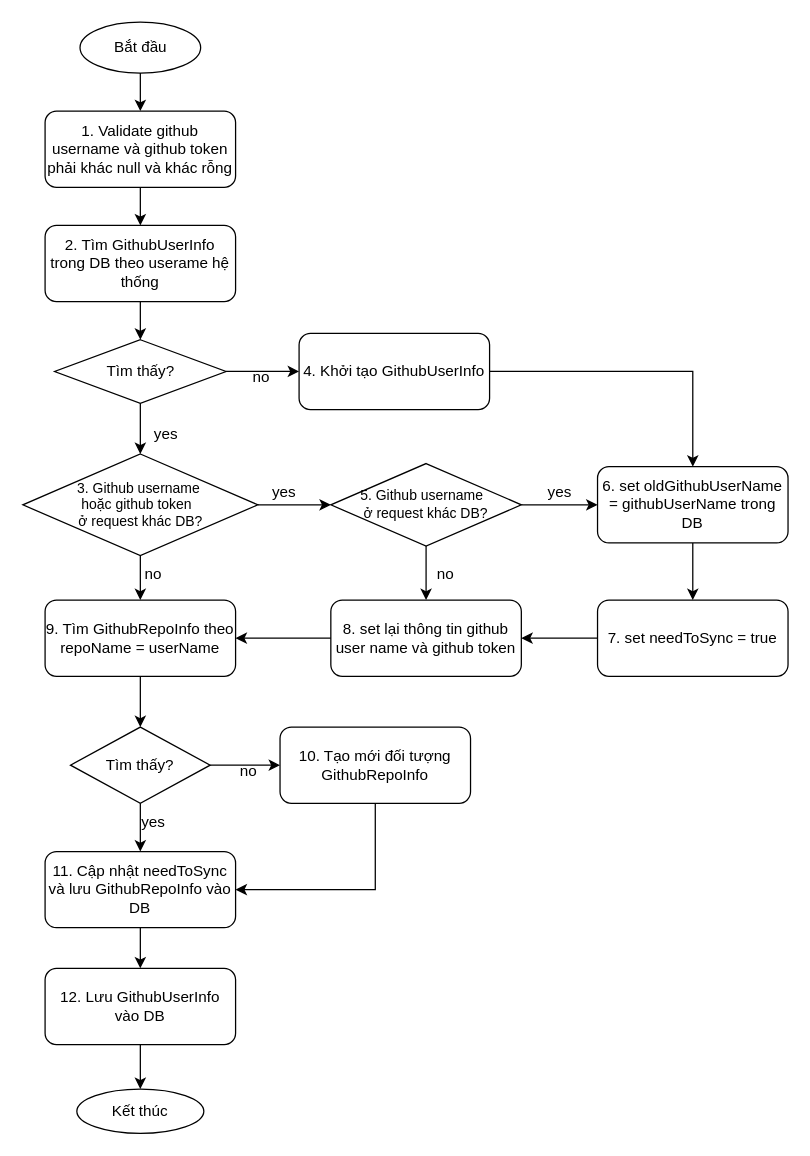
The draw.io diagram page "sua github user name va token" (7 of 7) of K8SCloudNut.drawio in hiep1097/drawio, before the edit. Source tidied: cells renumbered, new cells numbered last; positions are measured from the earlier drawing's top-left corner, leaving out a move shared by most shapes. Both pictures are drawn from the tidied source at 127%, with x=0, y=0 at pixel (23, 22).
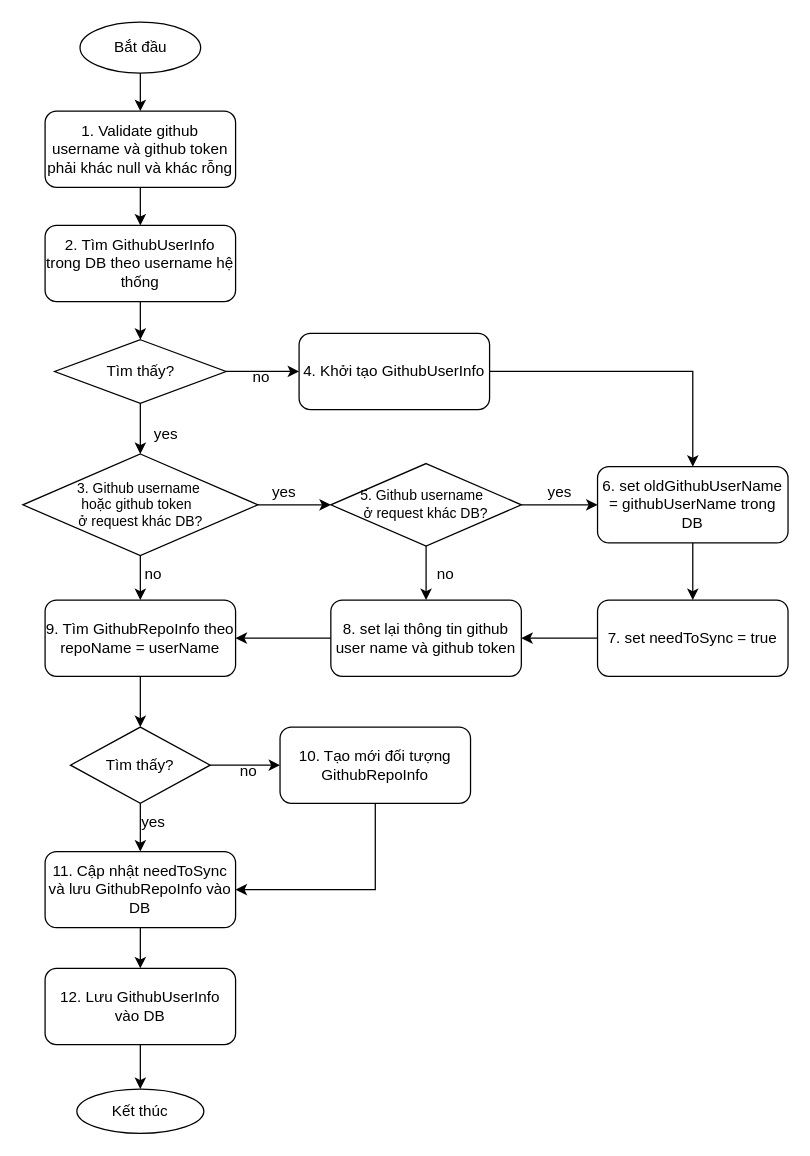
Above is the later version.

Diff of the diagram source:
```diff
@@
-    <mxCell id="21" value="2. Tìm GithubUserInfo trong DB theo user&lt;span style=&quot;background-color: initial;&quot;&gt;ame hệ thống&lt;/span&gt;" style="rounded=1;whiteSpace=wrap;html=1;" parent="1" vertex="1">
+    <mxCell id="21" value="2. Tìm GithubUserInfo trong DB theo usern&lt;span style=&quot;background-color: initial;&quot;&gt;ame hệ thống&lt;/span&gt;" style="rounded=1;whiteSpace=wrap;html=1;" parent="1" vertex="1">
       <mxGeometry x="17" y="160" width="150" height="60" as="geometry" />
     </mxCell>
```
